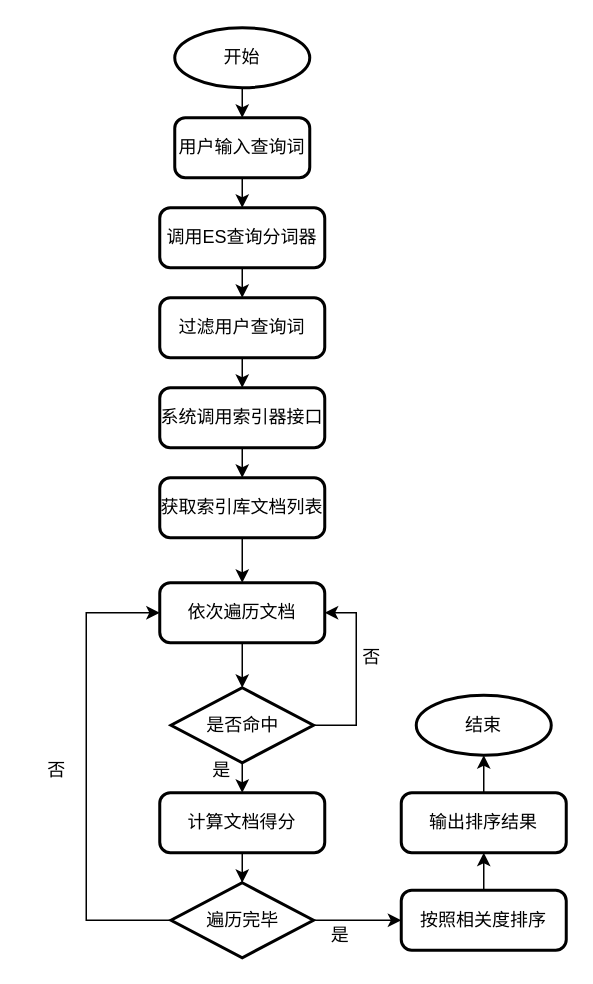
This is setup/检索流程图.drawio from yifeichong/drawio, a draw.io file, before an edit. Source tidied: cells renumbered, new cells numbered last; positions are measured from the earlier drawing's top-left corner, leaving out a move shared by most shapes. Both pictures are drawn from the tidied source at 150%, with x=0, y=0 at pixel (26, 27).
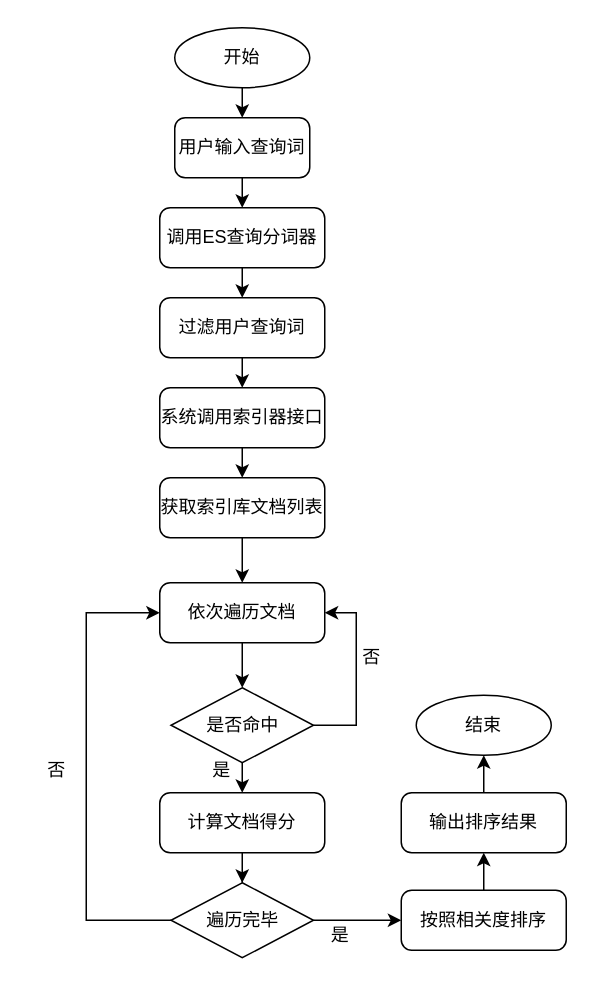
The same diagram, later.

Commit message:
更新检索流程图.drawio

Change to the diagram source:
```diff
@@
-    <mxCell id="2" value="开始" style="strokeWidth=2;html=1;shape=mxgraph.flowchart.start_1;whiteSpace=wrap;" parent="1" vertex="1">
+    <mxCell id="2" value="开始" style="strokeWidth=1;html=1;shape=mxgraph.flowchart.start_1;whiteSpace=wrap;" parent="1" vertex="1">
       <mxGeometry x="99" width="90" height="40" as="geometry" />
     </mxCell>
-    <mxCell id="3" value="用户输入查询词" style="rounded=1;whiteSpace=wrap;html=1;absoluteArcSize=1;arcSize=14;strokeWidth=2;" parent="1" vertex="1">
+    <mxCell id="3" value="用户输入查询词" style="rounded=1;whiteSpace=wrap;html=1;absoluteArcSize=1;arcSize=14;strokeWidth=1;" parent="1" vertex="1">
       <mxGeometry x="99" y="60" width="90" height="40" as="geometry" />
     </mxCell>
-    <mxCell id="4" value="调用ES查询分词器" style="rounded=1;whiteSpace=wrap;html=1;absoluteArcSize=1;arcSize=14;strokeWidth=2;" parent="1" vertex="1">
+    <mxCell id="4" value="调用ES查询分词器" style="rounded=1;whiteSpace=wrap;html=1;absoluteArcSize=1;arcSize=14;strokeWidth=1;" parent="1" vertex="1">
       <mxGeometry x="89" y="120" width="110" height="40" as="geometry" />
     </mxCell>
-    <mxCell id="5" value="过滤用户查询词" style="rounded=1;whiteSpace=wrap;html=1;absoluteArcSize=1;arcSize=14;strokeWidth=2;" parent="1" vertex="1">
+    <mxCell id="5" value="过滤用户查询词" style="rounded=1;whiteSpace=wrap;html=1;absoluteArcSize=1;arcSize=14;strokeWidth=1;" parent="1" vertex="1">
       <mxGeometry x="89" y="180" width="110" height="40" as="geometry" />
     </mxCell>
-    <mxCell id="6" value="系统调用索引器接口" style="rounded=1;whiteSpace=wrap;html=1;absoluteArcSize=1;arcSize=14;strokeWidth=2;" parent="1" vertex="1">
+    <mxCell id="6" value="系统调用索引器接口" style="rounded=1;whiteSpace=wrap;html=1;absoluteArcSize=1;arcSize=14;strokeWidth=1;" parent="1" vertex="1">
       <mxGeometry x="89" y="240" width="110" height="40" as="geometry" />
     </mxCell>
@@
-    <mxCell id="8" value="获取索引库文档列表" style="rounded=1;whiteSpace=wrap;html=1;absoluteArcSize=1;arcSize=14;strokeWidth=2;" parent="1" vertex="1">
+    <mxCell id="8" value="获取索引库文档列表" style="rounded=1;whiteSpace=wrap;html=1;absoluteArcSize=1;arcSize=14;strokeWidth=1;" parent="1" vertex="1">
       <mxGeometry x="89" y="300" width="110" height="40" as="geometry" />
     </mxCell>
@@
-    <mxCell id="10" value="依次遍历文档" style="rounded=1;whiteSpace=wrap;html=1;absoluteArcSize=1;arcSize=14;strokeWidth=2;" parent="1" vertex="1">
+    <mxCell id="10" value="依次遍历文档" style="rounded=1;whiteSpace=wrap;html=1;absoluteArcSize=1;arcSize=14;strokeWidth=1;" parent="1" vertex="1">
       <mxGeometry x="89" y="370" width="110" height="40" as="geometry" />
     </mxCell>
-    <mxCell id="11" value="是否命中" style="strokeWidth=2;html=1;shape=mxgraph.flowchart.decision;whiteSpace=wrap;" parent="1" vertex="1">
+    <mxCell id="11" value="是否命中" style="strokeWidth=1;html=1;shape=mxgraph.flowchart.decision;whiteSpace=wrap;" parent="1" vertex="1">
       <mxGeometry x="96.5" y="440" width="95" height="50" as="geometry" />
     </mxCell>
@@
-    <mxCell id="13" value="计算文档得分" style="rounded=1;whiteSpace=wrap;html=1;absoluteArcSize=1;arcSize=14;strokeWidth=2;" parent="1" vertex="1">
+    <mxCell id="13" value="计算文档得分" style="rounded=1;whiteSpace=wrap;html=1;absoluteArcSize=1;arcSize=14;strokeWidth=1;" parent="1" vertex="1">
       <mxGeometry x="89" y="510" width="110" height="40" as="geometry" />
     </mxCell>
@@
-    <mxCell id="15" value="遍历完毕" style="strokeWidth=2;html=1;shape=mxgraph.flowchart.decision;whiteSpace=wrap;" parent="1" vertex="1">
+    <mxCell id="15" value="遍历完毕" style="strokeWidth=1;html=1;shape=mxgraph.flowchart.decision;whiteSpace=wrap;" parent="1" vertex="1">
       <mxGeometry x="96.5" y="570" width="95" height="50" as="geometry" />
     </mxCell>
@@
-    <mxCell id="17" value="按照相关度排序" style="rounded=1;whiteSpace=wrap;html=1;absoluteArcSize=1;arcSize=14;strokeWidth=2;" parent="1" vertex="1">
+    <mxCell id="17" value="按照相关度排序" style="rounded=1;whiteSpace=wrap;html=1;absoluteArcSize=1;arcSize=14;strokeWidth=1;" parent="1" vertex="1">
       <mxGeometry x="250" y="575" width="110" height="40" as="geometry" />
     </mxCell>
-    <mxCell id="18" value="输出排序结果" style="rounded=1;whiteSpace=wrap;html=1;absoluteArcSize=1;arcSize=14;strokeWidth=2;" parent="1" vertex="1">
+    <mxCell id="18" value="输出排序结果" style="rounded=1;whiteSpace=wrap;html=1;absoluteArcSize=1;arcSize=14;strokeWidth=1;" parent="1" vertex="1">
       <mxGeometry x="250" y="510" width="110" height="40" as="geometry" />
     </mxCell>
-    <mxCell id="19" value="结束" style="strokeWidth=2;html=1;shape=mxgraph.flowchart.start_1;whiteSpace=wrap;" parent="1" vertex="1">
+    <mxCell id="19" value="结束" style="strokeWidth=1;html=1;shape=mxgraph.flowchart.start_1;whiteSpace=wrap;" parent="1" vertex="1">
       <mxGeometry x="260" y="445" width="90" height="40" as="geometry" />
     </mxCell>
```
